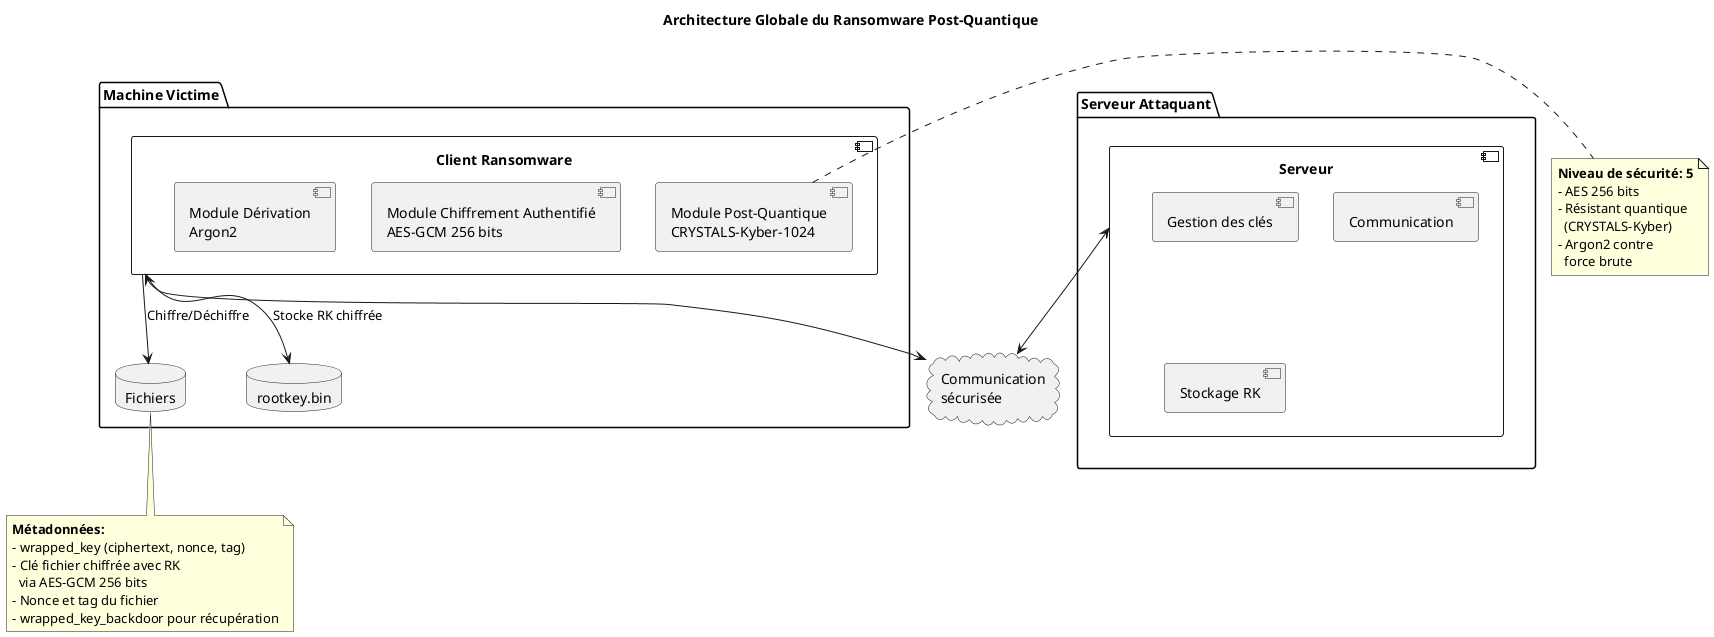
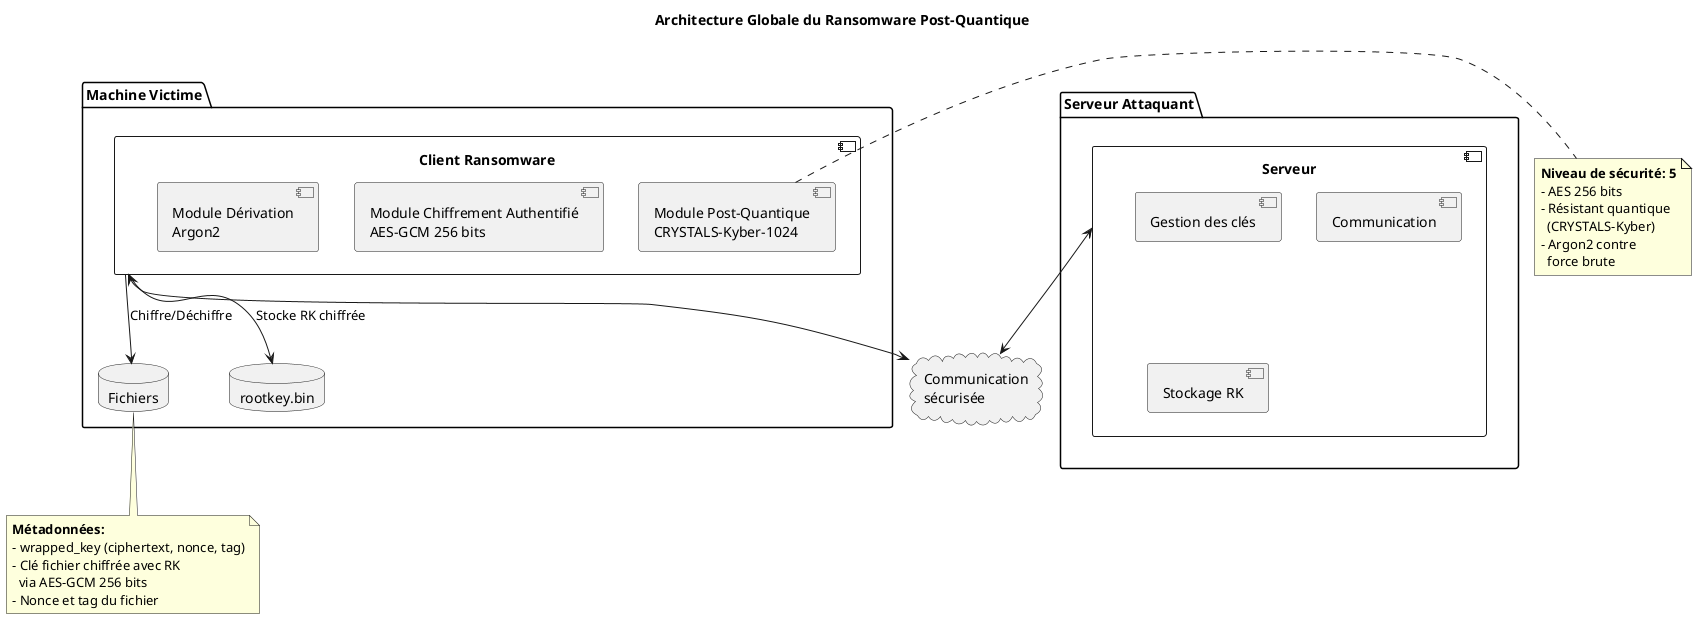
@startuml Ransomware Architecture - Vue d'ensemble

title Architecture Globale du Ransomware Post-Quantique

package "Machine Victime" {
    component "Client Ransomware" as client {
        [Module Chiffrement Authentifié\nAES-GCM 256 bits] as aes
        [Module Dérivation\nArgon2] as argon
        [Module Post-Quantique\nCRYSTALS-Kyber-1024] as kyber
    }

    database "Fichiers" as files
    database "rootkey.bin" as rootkey
}

package "Serveur Attaquant" {
    component "Serveur" as server {
        [Gestion des clés] as keymanager
        [Communication] as comm
        [Stockage RK] as storage
    }
}

cloud "Communication\nsécurisée" as network

client <--> network
server <--> network

client --> files : Chiffre/Déchiffre
client --> rootkey : Stocke RK chiffrée

note right of kyber
    **Niveau de sécurité: 5**
    - AES 256 bits
    - Résistant quantique
      (CRYSTALS-Kyber)
    - Argon2 contre
      force brute
end note

note bottom of files
    **Métadonnées:**
    - wrapped_key (ciphertext, nonce, tag)
    - Clé fichier chiffrée avec RK
      via AES-GCM 256 bits
    - Nonce et tag du fichier
-     - wrapped_key_backdoor pour récupération
end note

@enduml
